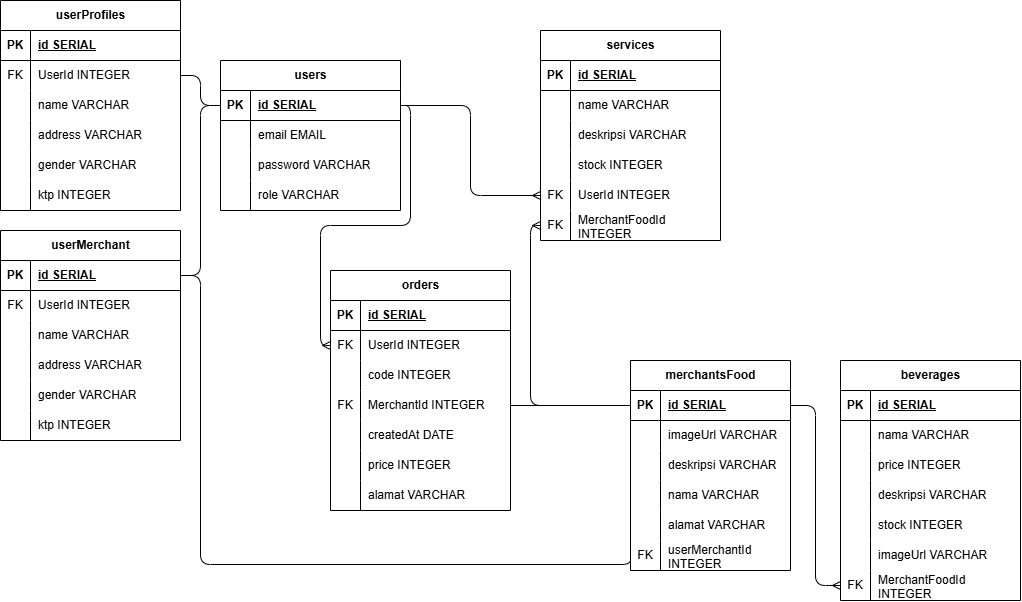
Earlier version of the draw.io export project.drawio.png (aflahhaqy/pair-project-phase1). Source tidied: cells renumbered, new cells last; positions are measured from the earlier drawing's top-left corner, leaving out a move shared by most shapes.
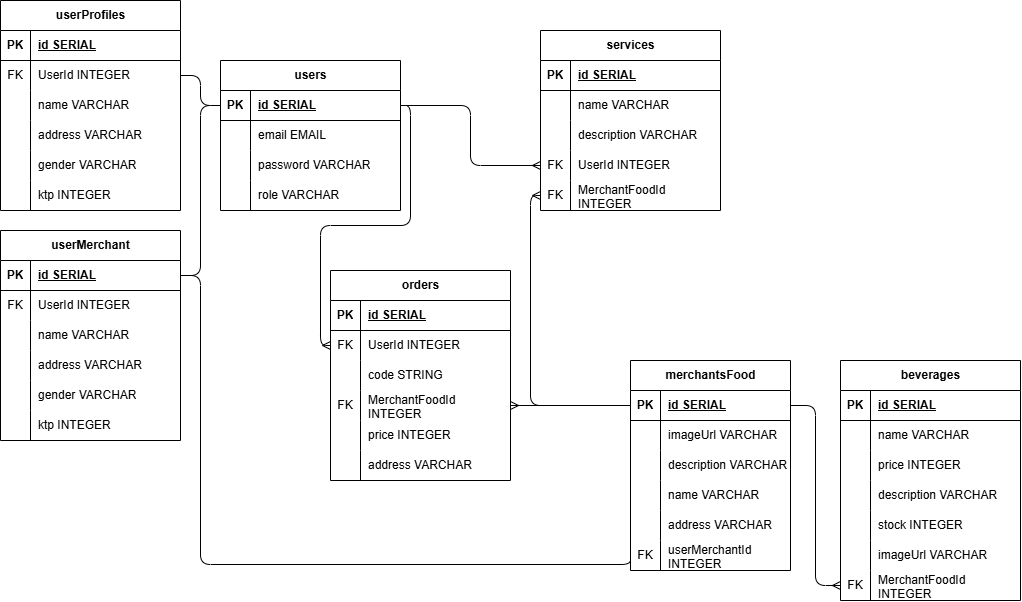
Above is the later version.

The edit, as a diff of the source:
```diff
@@ -125,7 +125,7 @@
     <mxCell id="42" style="shape=partialRectangle;fillColor=none;top=0;left=0;bottom=0;right=0;overflow=hidden;whiteSpace=wrap;html=1;" parent="41" vertex="1">
       <mxGeometry width="30" height="30" as="geometry" />
     </mxCell>
-    <mxCell id="43" value="deskripsi VARCHAR" style="shape=partialRectangle;fillColor=none;top=0;left=0;bottom=0;right=0;align=left;spacingLeft=6;overflow=hidden;whiteSpace=wrap;html=1;" parent="41" vertex="1">
+    <mxCell id="43" value="description VARCHAR" style="shape=partialRectangle;fillColor=none;top=0;left=0;bottom=0;right=0;align=left;spacingLeft=6;overflow=hidden;whiteSpace=wrap;html=1;" parent="41" vertex="1">
       <mxGeometry x="30" width="130" height="30" as="geometry" />
     </mxCell>
     <mxCell id="44" style="shape=tableRow;horizontal=0;startSize=0;swimlaneHead=0;swimlaneBody=0;fillColor=none;top=0;left=0;right=0;bottom=0;" parent="34" vertex="1">
@@ -134,7 +134,7 @@
     <mxCell id="45" style="shape=partialRectangle;fillColor=none;top=0;left=0;bottom=0;right=0;overflow=hidden;whiteSpace=wrap;html=1;" parent="44" vertex="1">
       <mxGeometry width="30" height="30" as="geometry" />
     </mxCell>
-    <mxCell id="46" value="nama VARCHAR" style="shape=partialRectangle;fillColor=none;top=0;left=0;bottom=0;right=0;align=left;spacingLeft=6;overflow=hidden;whiteSpace=wrap;html=1;" parent="44" vertex="1">
+    <mxCell id="46" value="name VARCHAR" style="shape=partialRectangle;fillColor=none;top=0;left=0;bottom=0;right=0;align=left;spacingLeft=6;overflow=hidden;whiteSpace=wrap;html=1;" parent="44" vertex="1">
       <mxGeometry x="30" width="130" height="30" as="geometry" />
     </mxCell>
     <mxCell id="47" style="shape=tableRow;horizontal=0;startSize=0;swimlaneHead=0;swimlaneBody=0;fillColor=none;top=0;left=0;right=0;bottom=0;" parent="34" vertex="1">
@@ -143,7 +143,7 @@
     <mxCell id="48" style="shape=partialRectangle;fillColor=none;top=0;left=0;bottom=0;right=0;overflow=hidden;whiteSpace=wrap;html=1;" parent="47" vertex="1">
       <mxGeometry width="30" height="30" as="geometry" />
     </mxCell>
-    <mxCell id="49" value="alamat VARCHAR" style="shape=partialRectangle;fillColor=none;top=0;left=0;bottom=0;right=0;align=left;spacingLeft=6;overflow=hidden;whiteSpace=wrap;html=1;" parent="47" vertex="1">
+    <mxCell id="49" value="address VARCHAR" style="shape=partialRectangle;fillColor=none;top=0;left=0;bottom=0;right=0;align=left;spacingLeft=6;overflow=hidden;whiteSpace=wrap;html=1;" parent="47" vertex="1">
       <mxGeometry x="30" width="130" height="30" as="geometry" />
     </mxCell>
     <mxCell id="50" style="shape=tableRow;horizontal=0;startSize=0;swimlaneHead=0;swimlaneBody=0;fillColor=none;points=[[0,0.5],[1,0.5]];portConstraint=eastwest;top=0;left=0;right=0;bottom=0;" parent="34" vertex="1">
@@ -156,7 +156,7 @@
       <mxGeometry x="30" width="130" height="30" as="geometry" />
     </mxCell>
     <mxCell id="53" value="services" style="shape=table;startSize=30;rowLines=0;fontStyle=1;align=center;html=1;" parent="1" vertex="1">
-      <mxGeometry x="540" y="30" width="180" height="210" as="geometry" />
+      <mxGeometry x="540" y="30" width="180" height="180" as="geometry" />
     </mxCell>
     <mxCell id="54" style="shape=tableRow;horizontal=0;startSize=0;swimlaneHead=0;swimlaneBody=0;fillColor=none;top=0;left=0;right=0;bottom=1;" parent="53" vertex="1">
       <mxGeometry y="30" width="180" height="30" as="geometry" />
@@ -182,20 +182,11 @@
     <mxCell id="61" style="shape=partialRectangle;fillColor=none;top=0;left=0;bottom=0;right=0;overflow=hidden;whiteSpace=wrap;html=1;" parent="60" vertex="1">
       <mxGeometry width="30" height="30" as="geometry" />
     </mxCell>
-    <mxCell id="62" value="deskripsi VARCHAR" style="shape=partialRectangle;fillColor=none;top=0;left=0;bottom=0;right=0;align=left;spacingLeft=6;overflow=hidden;whiteSpace=wrap;html=1;" parent="60" vertex="1">
+    <mxCell id="62" value="description VARCHAR" style="shape=partialRectangle;fillColor=none;top=0;left=0;bottom=0;right=0;align=left;spacingLeft=6;overflow=hidden;whiteSpace=wrap;html=1;" parent="60" vertex="1">
       <mxGeometry x="30" width="150" height="30" as="geometry" />
     </mxCell>
-    <mxCell id="63" style="shape=tableRow;horizontal=0;startSize=0;swimlaneHead=0;swimlaneBody=0;fillColor=none;top=0;left=0;right=0;bottom=0;" parent="53" vertex="1">
-      <mxGeometry y="120" width="180" height="30" as="geometry" />
-    </mxCell>
-    <mxCell id="64" style="shape=partialRectangle;fillColor=none;top=0;left=0;bottom=0;right=0;overflow=hidden;whiteSpace=wrap;html=1;" parent="63" vertex="1">
-      <mxGeometry width="30" height="30" as="geometry" />
-    </mxCell>
-    <mxCell id="65" value="stock INTEGER" style="shape=partialRectangle;fillColor=none;top=0;left=0;bottom=0;right=0;align=left;spacingLeft=6;overflow=hidden;whiteSpace=wrap;html=1;" parent="63" vertex="1">
-      <mxGeometry x="30" width="150" height="30" as="geometry" />
-    </mxCell>
     <mxCell id="66" style="shape=tableRow;horizontal=0;startSize=0;swimlaneHead=0;swimlaneBody=0;fillColor=none;points=[[0,0.5],[1,0.5]];portConstraint=eastwest;top=0;left=0;right=0;bottom=0;" parent="53" vertex="1">
-      <mxGeometry y="150" width="180" height="30" as="geometry" />
+      <mxGeometry y="120" width="180" height="30" as="geometry" />
     </mxCell>
     <mxCell id="67" value="FK" style="shape=partialRectangle;fillColor=none;top=0;left=0;bottom=0;right=0;overflow=hidden;whiteSpace=wrap;html=1;" parent="66" vertex="1">
       <mxGeometry width="30" height="30" as="geometry" />
@@ -204,7 +195,7 @@
       <mxGeometry x="30" width="150" height="30" as="geometry" />
     </mxCell>
     <mxCell id="69" style="shape=tableRow;horizontal=0;startSize=0;swimlaneHead=0;swimlaneBody=0;fillColor=none;points=[[0,0.5],[1,0.5]];portConstraint=eastwest;top=0;left=0;right=0;bottom=0;" parent="53" vertex="1">
-      <mxGeometry y="180" width="180" height="30" as="geometry" />
+      <mxGeometry y="150" width="180" height="30" as="geometry" />
     </mxCell>
     <mxCell id="70" value="FK" style="shape=partialRectangle;fillColor=none;top=0;left=0;bottom=0;right=0;overflow=hidden;whiteSpace=wrap;html=1;" parent="69" vertex="1">
       <mxGeometry width="30" height="30" as="geometry" />
@@ -213,7 +204,7 @@
       <mxGeometry x="30" width="150" height="30" as="geometry" />
     </mxCell>
     <mxCell id="72" value="orders" style="shape=table;startSize=30;rowLines=0;fontStyle=1;align=center;html=1;" parent="1" vertex="1">
-      <mxGeometry x="330" y="270" width="180" height="240" as="geometry" />
+      <mxGeometry x="330" y="270" width="180" height="210" as="geometry" />
     </mxCell>
     <mxCell id="73" style="shape=tableRow;horizontal=0;startSize=0;swimlaneHead=0;swimlaneBody=0;fillColor=none;top=0;left=0;right=0;bottom=1;" parent="72" vertex="1">
       <mxGeometry y="30" width="180" height="30" as="geometry" />
@@ -239,7 +230,7 @@
     <mxCell id="80" style="shape=partialRectangle;fillColor=none;top=0;left=0;bottom=0;right=0;overflow=hidden;whiteSpace=wrap;html=1;" parent="79" vertex="1">
       <mxGeometry width="30" height="30" as="geometry" />
     </mxCell>
-    <mxCell id="81" value="code INTEGER" style="shape=partialRectangle;fillColor=none;top=0;left=0;bottom=0;right=0;align=left;spacingLeft=6;overflow=hidden;whiteSpace=wrap;html=1;" parent="79" vertex="1">
+    <mxCell id="81" value="code STRING" style="shape=partialRectangle;fillColor=none;top=0;left=0;bottom=0;right=0;align=left;spacingLeft=6;overflow=hidden;whiteSpace=wrap;html=1;" parent="79" vertex="1">
       <mxGeometry x="30" width="150" height="30" as="geometry" />
     </mxCell>
     <mxCell id="82" style="shape=tableRow;horizontal=0;startSize=0;swimlaneHead=0;swimlaneBody=0;fillColor=none;top=0;left=0;right=0;bottom=0;" parent="72" vertex="1">
@@ -248,20 +239,11 @@
     <mxCell id="83" value="FK" style="shape=partialRectangle;fillColor=none;top=0;left=0;bottom=0;right=0;overflow=hidden;whiteSpace=wrap;html=1;" parent="82" vertex="1">
       <mxGeometry width="30" height="30" as="geometry" />
     </mxCell>
-    <mxCell id="84" value="MerchantId INTEGER" style="shape=partialRectangle;fillColor=none;top=0;left=0;bottom=0;right=0;align=left;spacingLeft=6;overflow=hidden;whiteSpace=wrap;html=1;" parent="82" vertex="1">
+    <mxCell id="84" value="MerchantFoodId INTEGER" style="shape=partialRectangle;fillColor=none;top=0;left=0;bottom=0;right=0;align=left;spacingLeft=6;overflow=hidden;whiteSpace=wrap;html=1;" parent="82" vertex="1">
       <mxGeometry x="30" width="150" height="30" as="geometry" />
     </mxCell>
-    <mxCell id="85" style="shape=tableRow;horizontal=0;startSize=0;swimlaneHead=0;swimlaneBody=0;fillColor=none;top=0;left=0;right=0;bottom=0;" parent="72" vertex="1">
-      <mxGeometry y="150" width="180" height="30" as="geometry" />
-    </mxCell>
-    <mxCell id="86" style="shape=partialRectangle;fillColor=none;top=0;left=0;bottom=0;right=0;overflow=hidden;whiteSpace=wrap;html=1;" parent="85" vertex="1">
-      <mxGeometry width="30" height="30" as="geometry" />
-    </mxCell>
-    <mxCell id="87" value="createdAt DATE" style="shape=partialRectangle;fillColor=none;top=0;left=0;bottom=0;right=0;align=left;spacingLeft=6;overflow=hidden;whiteSpace=wrap;html=1;" parent="85" vertex="1">
-      <mxGeometry x="30" width="150" height="30" as="geometry" />
-    </mxCell>
     <mxCell id="88" style="shape=tableRow;horizontal=0;startSize=0;swimlaneHead=0;swimlaneBody=0;fillColor=none;top=0;left=0;right=0;bottom=0;" parent="72" vertex="1">
-      <mxGeometry y="180" width="180" height="30" as="geometry" />
+      <mxGeometry y="150" width="180" height="30" as="geometry" />
     </mxCell>
     <mxCell id="89" style="shape=partialRectangle;fillColor=none;top=0;left=0;bottom=0;right=0;overflow=hidden;whiteSpace=wrap;html=1;" parent="88" vertex="1">
       <mxGeometry width="30" height="30" as="geometry" />
@@ -270,12 +252,12 @@
       <mxGeometry x="30" width="150" height="30" as="geometry" />
     </mxCell>
     <mxCell id="91" style="shape=tableRow;horizontal=0;startSize=0;swimlaneHead=0;swimlaneBody=0;fillColor=none;top=0;left=0;right=0;bottom=0;" parent="72" vertex="1">
-      <mxGeometry y="210" width="180" height="30" as="geometry" />
+      <mxGeometry y="180" width="180" height="30" as="geometry" />
     </mxCell>
     <mxCell id="92" style="shape=partialRectangle;fillColor=none;top=0;left=0;bottom=0;right=0;overflow=hidden;whiteSpace=wrap;html=1;" parent="91" vertex="1">
       <mxGeometry width="30" height="30" as="geometry" />
     </mxCell>
-    <mxCell id="93" value="alamat VARCHAR" style="shape=partialRectangle;fillColor=none;top=0;left=0;bottom=0;right=0;align=left;spacingLeft=6;overflow=hidden;whiteSpace=wrap;html=1;" parent="91" vertex="1">
+    <mxCell id="93" value="address VARCHAR" style="shape=partialRectangle;fillColor=none;top=0;left=0;bottom=0;right=0;align=left;spacingLeft=6;overflow=hidden;whiteSpace=wrap;html=1;" parent="91" vertex="1">
       <mxGeometry x="30" width="150" height="30" as="geometry" />
     </mxCell>
     <mxCell id="94" style="edgeStyle=orthogonalEdgeStyle;html=1;entryX=1;entryY=0.5;entryDx=0;entryDy=0;endArrow=none;endFill=0;" parent="1" edge="1" source="3" target="19">
@@ -284,7 +266,7 @@
     <mxCell id="95" style="edgeStyle=orthogonalEdgeStyle;html=1;entryX=0;entryY=0.5;entryDx=0;entryDy=0;endArrow=ERmany;endFill=0;" parent="1" edge="1" source="3" target="76">
       <mxGeometry relative="1" as="geometry" />
     </mxCell>
-    <mxCell id="96" style="edgeStyle=orthogonalEdgeStyle;html=1;endArrow=none;endFill=0;" parent="1" edge="1" source="35">
+    <mxCell id="96" style="edgeStyle=orthogonalEdgeStyle;html=1;endArrow=ERmany;endFill=0;" parent="1" edge="1" source="35">
       <mxGeometry relative="1" as="geometry">
         <mxPoint x="510" y="405" as="targetPoint" />
       </mxGeometry>
@@ -313,7 +295,7 @@
     <mxCell id="104" style="shape=partialRectangle;fillColor=none;top=0;left=0;bottom=0;right=0;overflow=hidden;whiteSpace=wrap;html=1;" parent="103" vertex="1">
       <mxGeometry width="30" height="30" as="geometry" />
     </mxCell>
-    <mxCell id="105" value="nama VARCHAR" style="shape=partialRectangle;fillColor=none;top=0;left=0;bottom=0;right=0;align=left;spacingLeft=6;overflow=hidden;whiteSpace=wrap;html=1;" parent="103" vertex="1">
+    <mxCell id="105" value="name VARCHAR" style="shape=partialRectangle;fillColor=none;top=0;left=0;bottom=0;right=0;align=left;spacingLeft=6;overflow=hidden;whiteSpace=wrap;html=1;" parent="103" vertex="1">
       <mxGeometry x="30" width="150" height="30" as="geometry" />
     </mxCell>
     <mxCell id="106" style="shape=tableRow;horizontal=0;startSize=0;swimlaneHead=0;swimlaneBody=0;fillColor=none;top=0;left=0;right=0;bottom=0;" parent="99" vertex="1">
@@ -331,7 +313,7 @@
     <mxCell id="110" style="shape=partialRectangle;fillColor=none;top=0;left=0;bottom=0;right=0;overflow=hidden;whiteSpace=wrap;html=1;" parent="109" vertex="1">
       <mxGeometry width="30" height="30" as="geometry" />
     </mxCell>
-    <mxCell id="111" value="deskripsi VARCHAR" style="shape=partialRectangle;fillColor=none;top=0;left=0;bottom=0;right=0;align=left;spacingLeft=6;overflow=hidden;whiteSpace=wrap;html=1;" parent="109" vertex="1">
+    <mxCell id="111" value="description VARCHAR" style="shape=partialRectangle;fillColor=none;top=0;left=0;bottom=0;right=0;align=left;spacingLeft=6;overflow=hidden;whiteSpace=wrap;html=1;" parent="109" vertex="1">
       <mxGeometry x="30" width="150" height="30" as="geometry" />
     </mxCell>
     <mxCell id="112" style="shape=tableRow;horizontal=0;startSize=0;swimlaneHead=0;swimlaneBody=0;fillColor=none;top=0;left=0;right=0;bottom=0;" parent="99" vertex="1">
```
